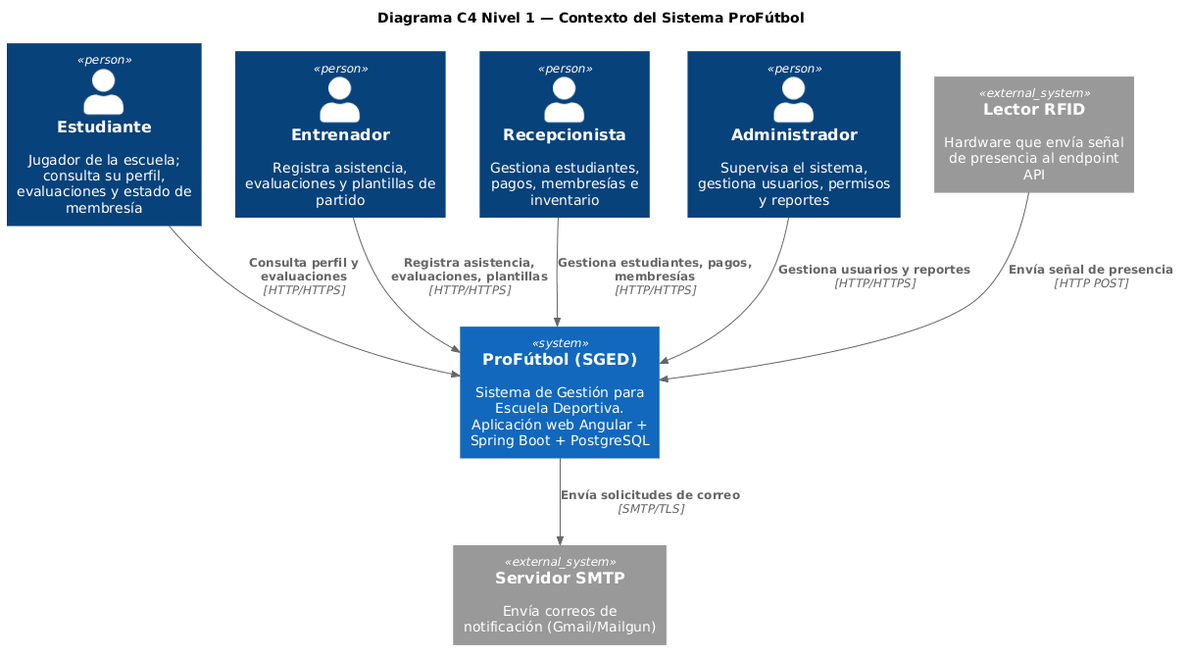
DarwinSM21/SGED_APPWEB keeps this PlantUML diagram as docs/arquitectura/L1-contexto.png. Above is the earlier version.
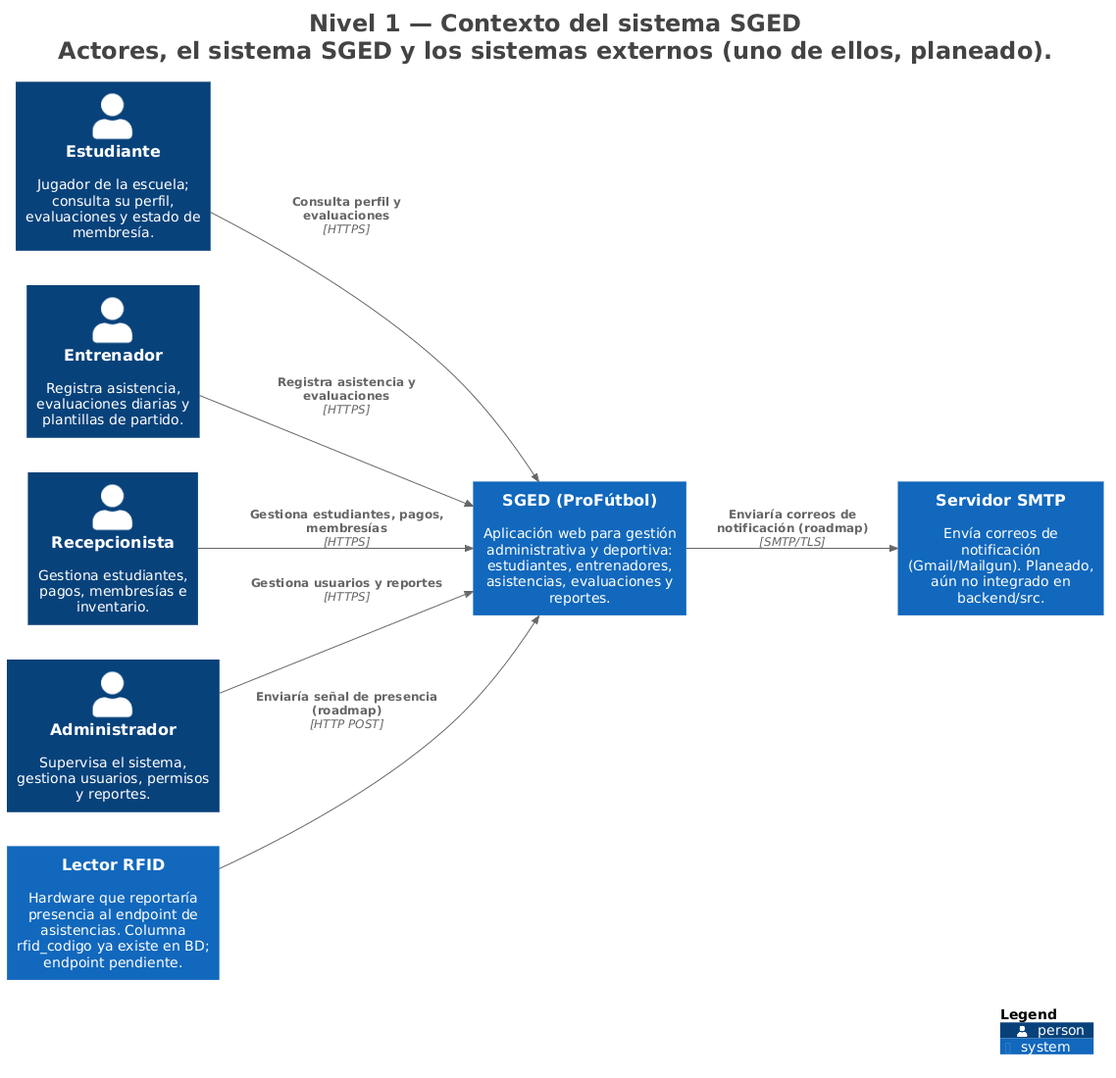
Later version of the same file.

Diff of the diagram source:
```diff
@@ -1,22 +1,34 @@
 @startuml
-!include https://raw.githubusercontent.com/plantuml-stdlib/C4-PlantUML/master/C4_Context.puml
+title <size:24>Nivel 1 — Contexto del sistema SGED</size>\n<size:24>Actores, el sistema SGED y los sistemas externos (uno de ellos, planeado).</size>
 
-title Diagrama C4 Nivel 1 — Contexto del Sistema ProFútbol
+set separator none
+left to right direction
 
-Person(athlete, "Estudiante", "Jugador de la escuela; consulta su perfil, evaluaciones y estado de membresía")
-Person(coach, "Entrenador", "Registra asistencia, evaluaciones y plantillas de partido")
-Person(recep, "Recepcionista", "Gestiona estudiantes, pagos, membresías e inventario")
-Person(admin, "Administrador", "Supervisa el sistema, gestiona usuarios, permisos y reportes")
+<style>
+  root {
+    BackgroundColor: #ffffff
+    FontColor: #444444
+  }
+</style>
 
-System(sged, "ProFútbol (SGED)", "Sistema de Gestión para Escuela Deportiva. Aplicación web Angular + Spring Boot + PostgreSQL")
+!include <C4/C4>
+!include <C4/C4_Context>
 
-System_Ext(smtp, "Servidor SMTP", "Envía correos de notificación (Gmail/Mailgun)")
-System_Ext(rfid, "Lector RFID", "Hardware que envía señal de presencia al endpoint API")
+Person(Estudiante, "Estudiante", $descr="Jugador de la escuela; consulta su perfil, evaluaciones y estado de membresía.", $tags="", $link="")
+Person(Entrenador, "Entrenador", $descr="Registra asistencia, evaluaciones diarias y plantillas de partido.", $tags="", $link="")
+Person(Recepcionista, "Recepcionista", $descr="Gestiona estudiantes, pagos, membresías e inventario.", $tags="", $link="")
+Person(Administrador, "Administrador", $descr="Supervisa el sistema, gestiona usuarios, permisos y reportes.", $tags="", $link="")
+System(ServidorSMTP, "Servidor SMTP", $descr="Envía correos de notificación (Gmail/Mailgun). Planeado, aún no integrado en backend/src.", $tags="", $link="")
+System(LectorRFID, "Lector RFID", $descr="Hardware que reportaría presencia al endpoint de asistencias. Columna rfid_codigo ya existe en BD; endpoint pendiente.", $tags="", $link="")
+System(SGEDProFútbol, "SGED (ProFútbol)", $descr="Aplicación web para gestión administrativa y deportiva: estudiantes, entrenadores, asistencias, evaluaciones y reportes.", $tags="", $link="")
 
-Rel(athlete, sged, "Consulta perfil y evaluaciones", "HTTP/HTTPS")
-Rel(coach, sged, "Registra asistencia, evaluaciones, plantillas", "HTTP/HTTPS")
-Rel(recep, sged, "Gestiona estudiantes, pagos, membresías", "HTTP/HTTPS")
-Rel(admin, sged, "Gestiona usuarios y reportes", "HTTP/HTTPS")
-Rel(sged, smtp, "Envía solicitudes de correo", "SMTP/TLS")
-Rel(rfid, sged, "Envía señal de presencia", "HTTP POST")
+Rel(Estudiante, SGEDProFútbol, "Consulta perfil y evaluaciones", $techn="HTTPS", $tags="", $link="")
+Rel(Entrenador, SGEDProFútbol, "Registra asistencia y evaluaciones", $techn="HTTPS", $tags="", $link="")
+Rel(Recepcionista, SGEDProFútbol, "Gestiona estudiantes, pagos, membresías", $techn="HTTPS", $tags="", $link="")
+Rel(Administrador, SGEDProFútbol, "Gestiona usuarios y reportes", $techn="HTTPS", $tags="", $link="")
+Rel(SGEDProFútbol, ServidorSMTP, "Enviaría correos de notificación (roadmap)", $techn="SMTP/TLS", $tags="", $link="")
+Rel(LectorRFID, SGEDProFútbol, "Enviaría señal de presencia (roadmap)", $techn="HTTP POST", $tags="", $link="")
+
+SHOW_LEGEND(true)
+hide stereotypes
 @enduml
```
